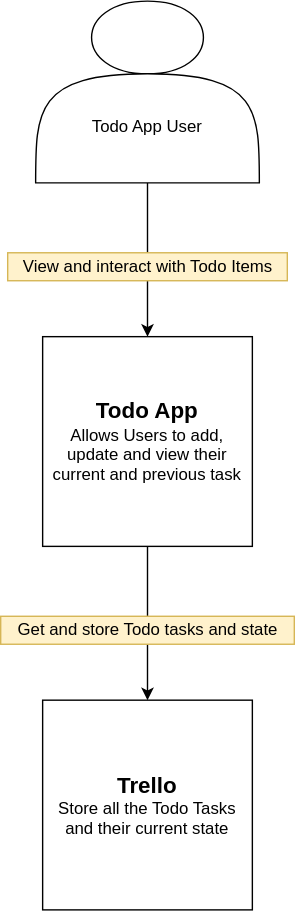
Before: documentation/context.svg, a diagram exported from draw.io (Karrot96/DevOps-Course-Starter). Source tidied: cells renumbered, new cells last; positions are measured from the earlier drawing's top-left corner, leaving out a move shared by most shapes. The source it was exported from:
```xml
<mxGraphModel>
  <root>
    <mxCell id="0" />
    <mxCell id="1" parent="0" />
    <mxCell id="2" style="edgeStyle=orthogonalEdgeStyle;rounded=0;jettySize=auto;html=1;entryX=0.5;entryY=0;entryDx=0;entryDy=0;" parent="1" edge="1" source="3" target="6">
      <mxGeometry relative="1" as="geometry" />
    </mxCell>
    <mxCell id="3" style="shape=actor;whiteSpace=wrap;html=1;" parent="1" vertex="1">
      <mxGeometry x="25" width="160" height="130" as="geometry" />
    </mxCell>
    <mxCell id="4" value="Todo App User" style="text;html=1;strokeColor=none;fillColor=none;align=center;verticalAlign=middle;whiteSpace=wrap;rounded=0;" parent="1" vertex="1">
      <mxGeometry x="45" y="80" width="120" height="20" as="geometry" />
    </mxCell>
    <mxCell id="5" style="edgeStyle=orthogonalEdgeStyle;rounded=0;jettySize=auto;html=1;entryX=0.5;entryY=0;entryDx=0;entryDy=0;" parent="1" edge="1" source="6" target="8">
      <mxGeometry relative="1" as="geometry" />
    </mxCell>
    <mxCell id="6" value="&lt;div&gt;&lt;b&gt;&lt;font style=&quot;font-size: 16px&quot;&gt;Todo App&lt;/font&gt;&lt;/b&gt;&lt;/div&gt;&lt;div&gt;Allows Users to add, update and view their current and previous task&lt;br&gt;&lt;/div&gt;" style="whiteSpace=wrap;html=1;" parent="1" vertex="1">
      <mxGeometry x="30" y="240" width="150" height="150" as="geometry" />
    </mxCell>
    <mxCell id="7" value="View and interact with Todo Items" style="text;html=1;align=center;verticalAlign=middle;fillColor=#fff2cc;strokeColor=#d6b656;" parent="1" vertex="1">
      <mxGeometry x="5" y="180" width="200" height="20" as="geometry" />
    </mxCell>
    <mxCell id="8" value="&lt;div&gt;&lt;font size=&quot;1&quot;&gt;&lt;b style=&quot;font-size: 16px&quot;&gt;Trello&lt;/b&gt;&lt;/font&gt;&lt;/div&gt;&lt;div&gt;&lt;font style=&quot;font-size: 12px&quot;&gt;&lt;span&gt;Store all the Todo Tasks and their current state&lt;br&gt;&lt;/span&gt;&lt;b&gt;&lt;/b&gt;&lt;/font&gt;&lt;/div&gt;" style="whiteSpace=wrap;html=1;" parent="1" vertex="1">
      <mxGeometry x="30" y="500" width="150" height="150" as="geometry" />
    </mxCell>
    <mxCell id="9" value="Get and store Todo tasks and state" style="text;html=1;align=center;verticalAlign=middle;fillColor=#fff2cc;strokeColor=#d6b656;" parent="1" vertex="1">
      <mxGeometry y="440" width="210" height="20" as="geometry" />
    </mxCell>
  </root>
</mxGraphModel>
```
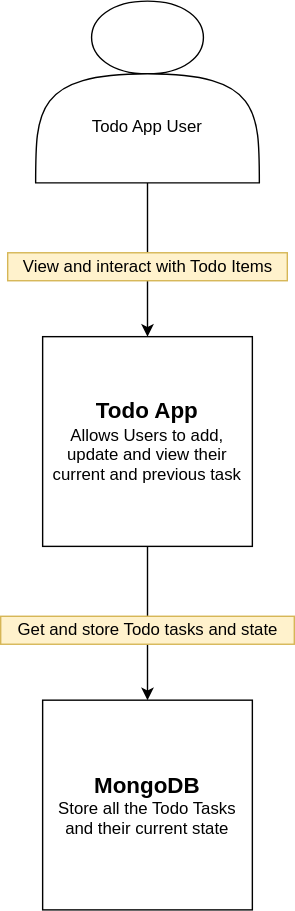
Above is the later version.

What changed in the source:
```diff
@@ -20,7 +20,7 @@
     <mxCell id="7" value="View and interact with Todo Items" style="text;html=1;align=center;verticalAlign=middle;fillColor=#fff2cc;strokeColor=#d6b656;" parent="1" vertex="1">
       <mxGeometry x="5" y="180" width="200" height="20" as="geometry" />
     </mxCell>
-    <mxCell id="8" value="&lt;div&gt;&lt;font size=&quot;1&quot;&gt;&lt;b style=&quot;font-size: 16px&quot;&gt;Trello&lt;/b&gt;&lt;/font&gt;&lt;/div&gt;&lt;div&gt;&lt;font style=&quot;font-size: 12px&quot;&gt;&lt;span&gt;Store all the Todo Tasks and their current state&lt;br&gt;&lt;/span&gt;&lt;b&gt;&lt;/b&gt;&lt;/font&gt;&lt;/div&gt;" style="whiteSpace=wrap;html=1;" parent="1" vertex="1">
+    <mxCell id="8" value="&lt;div&gt;&lt;font size=&quot;1&quot;&gt;&lt;b style=&quot;font-size: 16px&quot;&gt;MongoDB&lt;/b&gt;&lt;/font&gt;&lt;/div&gt;&lt;div&gt;&lt;font style=&quot;font-size: 12px&quot;&gt;&lt;span&gt;Store all the Todo Tasks and their current state&lt;br&gt;&lt;/span&gt;&lt;b&gt;&lt;/b&gt;&lt;/font&gt;&lt;/div&gt;" style="whiteSpace=wrap;html=1;" parent="1" vertex="1">
       <mxGeometry x="30" y="500" width="150" height="150" as="geometry" />
     </mxCell>
     <mxCell id="9" value="Get and store Todo tasks and state" style="text;html=1;align=center;verticalAlign=middle;fillColor=#fff2cc;strokeColor=#d6b656;" parent="1" vertex="1">
```
